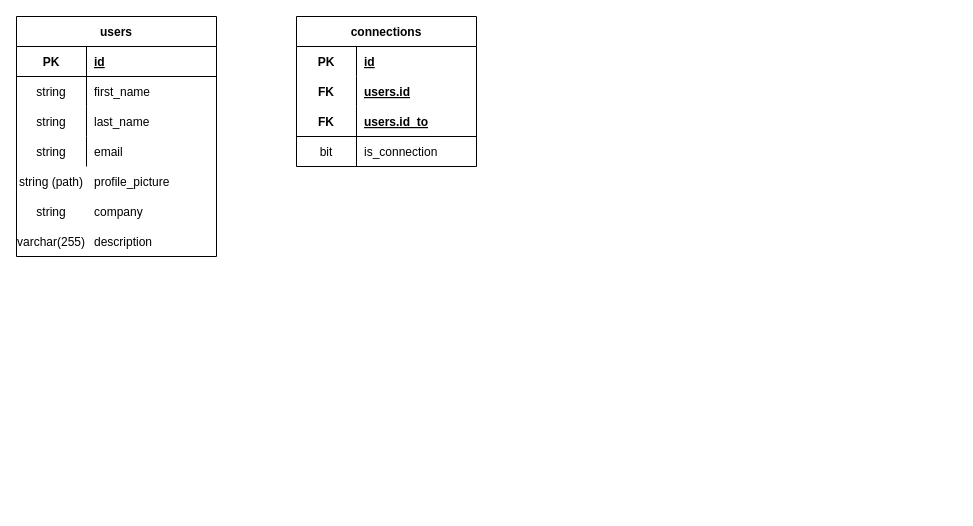
Above: Schema.drawio in SantiagoLopez-hub/Graf-us (draw.io), before the change. Source tidied: cells renumbered, new cells numbered last; positions are measured from the earlier drawing's top-left corner, leaving out a move shared by most shapes. Both pictures are drawn from the tidied source at 100%, with x=0, y=0 at pixel (16, 16).
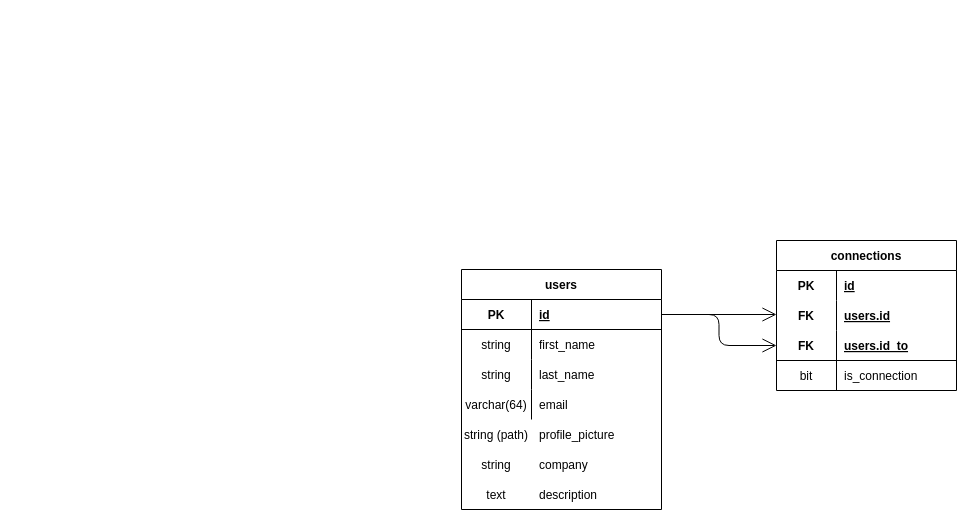
The same page after the edit.

Commit message:
Associating keys

The change refers to these unchanged cells:
```xml
<mxCell id="3" style="shape=partialRectangle;fillColor=none;top=0;left=0;bottom=1;right=0;points=[[0,0.5],[1,0.5]];portConstraint=eastwest;rounded=0;sketch=0;" parent="2" vertex="1">
  <mxGeometry y="30" width="200" height="30" as="geometry" />
</mxCell>
<mxCell id="12" style="shape=partialRectangle;fillColor=none;top=0;left=0;bottom=0;right=0;rounded=0;sketch=0;" parent="2" vertex="1">
  <mxGeometry y="120" width="200" height="30" as="geometry" />
</mxCell>
<mxCell id="25" style="shape=partialRectangle;fillColor=none;top=0;left=0;bottom=1;right=0;points=[[0,0.5],[1,0.5]];portConstraint=eastwest;rounded=0;sketch=0;" parent="18" vertex="1">
  <mxGeometry y="90" width="180" height="30" as="geometry" />
</mxCell>
```

Change to the diagram source:
```diff
@@
+    <mxCell id="37" style="group;" parent="1" vertex="1">
+      <mxGeometry x="445" y="253" width="200" height="240" as="geometry" />
+    </mxCell>
-    <mxCell id="2" value="users" style="shape=table;startSize=30;childLayout=tableLayout;rowLines=0;fontStyle=1;align=center;rounded=0;sketch=0;" parent="1" vertex="1">
+    <mxCell id="2" value="users" style="shape=table;startSize=30;childLayout=tableLayout;rowLines=0;fontStyle=1;align=center;rounded=0;sketch=0;" parent="37" vertex="1">
       <mxGeometry width="200" height="240" as="geometry" />
     </mxCell>
@@
-    <mxCell id="13" value="string" style="shape=partialRectangle;fillColor=none;top=0;left=0;bottom=0;right=0;overflow=hidden;rounded=0;sketch=0;" parent="12" vertex="1">
+    <mxCell id="13" value="varchar(64)" style="shape=partialRectangle;fillColor=none;top=0;left=0;bottom=0;right=0;overflow=hidden;rounded=0;sketch=0;" parent="12" vertex="1">
       <mxGeometry width="70" height="30" as="geometry" />
     </mxCell>
@@
-    <mxCell id="15" value="profile_picture" style="shape=partialRectangle;fillColor=none;top=0;left=0;bottom=0;right=0;align=left;spacingLeft=6;overflow=hidden;rounded=0;sketch=0;" parent="1" vertex="1">
+    <mxCell id="15" value="profile_picture" style="shape=partialRectangle;fillColor=none;top=0;left=0;bottom=0;right=0;align=left;spacingLeft=6;overflow=hidden;rounded=0;sketch=0;" parent="37" vertex="1">
       <mxGeometry x="70" y="150" width="130" height="30" as="geometry" />
     </mxCell>
-    <mxCell id="16" value="company" style="shape=partialRectangle;fillColor=none;top=0;left=0;bottom=0;right=0;align=left;spacingLeft=6;overflow=hidden;rounded=0;sketch=0;" parent="1" vertex="1">
+    <mxCell id="16" value="company" style="shape=partialRectangle;fillColor=none;top=0;left=0;bottom=0;right=0;align=left;spacingLeft=6;overflow=hidden;rounded=0;sketch=0;" parent="37" vertex="1">
       <mxGeometry x="70" y="180" width="130" height="30" as="geometry" />
     </mxCell>
-    <mxCell id="17" value="description" style="shape=partialRectangle;fillColor=none;top=0;left=0;bottom=0;right=0;align=left;spacingLeft=6;overflow=hidden;rounded=0;sketch=0;" parent="1" vertex="1">
+    <mxCell id="17" value="description" style="shape=partialRectangle;fillColor=none;top=0;left=0;bottom=0;right=0;align=left;spacingLeft=6;overflow=hidden;rounded=0;sketch=0;" parent="37" vertex="1">
       <mxGeometry x="70" y="210" width="130" height="30" as="geometry" />
     </mxCell>
+    <mxCell id="34" value="string (path)" style="shape=partialRectangle;fillColor=none;top=0;left=0;bottom=0;right=0;overflow=hidden;rounded=0;sketch=0;" parent="37" vertex="1">
+      <mxGeometry y="150" width="70" height="30" as="geometry" />
+    </mxCell>
+    <mxCell id="35" value="string" style="shape=partialRectangle;fillColor=none;top=0;left=0;bottom=0;right=0;overflow=hidden;rounded=0;sketch=0;" parent="37" vertex="1">
+      <mxGeometry y="180" width="70" height="30" as="geometry" />
+    </mxCell>
+    <mxCell id="36" value="text" style="shape=partialRectangle;fillColor=none;top=0;left=0;bottom=0;right=0;overflow=hidden;rounded=0;sketch=0;" parent="37" vertex="1">
+      <mxGeometry y="210" width="70" height="30" as="geometry" />
+    </mxCell>
+    <mxCell id="38" style="group;" parent="1" vertex="1">
+      <mxGeometry x="760" y="224" width="180" height="150" as="geometry" />
+    </mxCell>
-    <mxCell id="18" value="connections" style="shape=table;startSize=30;childLayout=tableLayout;rowLines=0;fontStyle=1;align=center;rounded=0;sketch=0;" parent="1" vertex="1">
-      <mxGeometry x="280" width="180" height="150" as="geometry" />
+    <mxCell id="18" value="connections" style="shape=table;startSize=30;childLayout=tableLayout;rowLines=0;fontStyle=1;align=center;rounded=0;sketch=0;" parent="38" vertex="1">
+      <mxGeometry width="180" height="150" as="geometry" />
     </mxCell>
@@
-    <mxCell id="31" value="is_connection" style="shape=partialRectangle;fillColor=none;top=0;left=0;bottom=0;right=0;align=left;spacingLeft=6;overflow=hidden;rounded=0;sketch=0;" parent="1" vertex="1">
-      <mxGeometry x="340" y="120" width="120" height="30" as="geometry" />
+    <mxCell id="31" value="is_connection" style="shape=partialRectangle;fillColor=none;top=0;left=0;bottom=0;right=0;align=left;spacingLeft=6;overflow=hidden;rounded=0;sketch=0;" parent="38" vertex="1">
+      <mxGeometry x="60" y="120" width="120" height="30" as="geometry" />
     </mxCell>
-    <mxCell id="32" value="FK" style="shape=partialRectangle;fillColor=none;top=0;left=0;bottom=0;right=0;fontStyle=1;overflow=hidden;rounded=0;sketch=0;" parent="1" vertex="1">
-      <mxGeometry x="280" y="60" width="60" height="30" as="geometry" />
+    <mxCell id="32" value="FK" style="shape=partialRectangle;fillColor=none;top=0;left=0;bottom=0;right=0;fontStyle=1;overflow=hidden;rounded=0;sketch=0;" parent="38" vertex="1">
+      <mxGeometry y="60" width="60" height="30" as="geometry" />
     </mxCell>
-    <mxCell id="33" value="users.id" style="shape=partialRectangle;fillColor=none;top=0;left=0;bottom=0;right=0;align=left;spacingLeft=6;fontStyle=5;overflow=hidden;rounded=0;sketch=0;" parent="1" vertex="1">
-      <mxGeometry x="340" y="60" width="120" height="30" as="geometry" />
+    <mxCell id="33" value="users.id" style="shape=partialRectangle;fillColor=none;top=0;left=0;bottom=0;right=0;align=left;spacingLeft=6;fontStyle=5;overflow=hidden;rounded=0;sketch=0;" parent="38" vertex="1">
+      <mxGeometry x="60" y="60" width="120" height="30" as="geometry" />
     </mxCell>
-    <mxCell id="34" value="string (path)" style="shape=partialRectangle;fillColor=none;top=0;left=0;bottom=0;right=0;overflow=hidden;rounded=0;sketch=0;" parent="1" vertex="1">
-      <mxGeometry y="150" width="70" height="30" as="geometry" />
-    </mxCell>
-    <mxCell id="35" value="string" style="shape=partialRectangle;fillColor=none;top=0;left=0;bottom=0;right=0;overflow=hidden;rounded=0;sketch=0;" parent="1" vertex="1">
-      <mxGeometry y="180" width="70" height="30" as="geometry" />
-    </mxCell>
-    <mxCell id="36" value="varchar(255)" style="shape=partialRectangle;fillColor=none;top=0;left=0;bottom=0;right=0;overflow=hidden;rounded=0;sketch=0;" parent="1" vertex="1">
-      <mxGeometry y="210" width="70" height="30" as="geometry" />
-    </mxCell>
+    <mxCell id="39" style="endArrow=open;endFill=1;endSize=12;html=1;rounded=1;sketch=0;edgeStyle=orthogonalEdgeStyle;curved=0;exitX=1;exitY=0.5;exitDx=0;exitDy=0;" parent="1" edge="1" source="3">
+      <mxGeometry relative="1" as="geometry">
+        <mxPoint x="760" y="298" as="targetPoint" />
+      </mxGeometry>
+    </mxCell>
+    <mxCell id="40" style="endArrow=open;endFill=1;endSize=12;html=1;rounded=1;sketch=0;edgeStyle=orthogonalEdgeStyle;curved=0;exitX=1;exitY=0.5;exitDx=0;exitDy=0;entryX=0;entryY=0.5;entryDx=0;entryDy=0;" parent="1" edge="1" source="3" target="25">
+      <mxGeometry relative="1" as="geometry" />
+    </mxCell>
```
